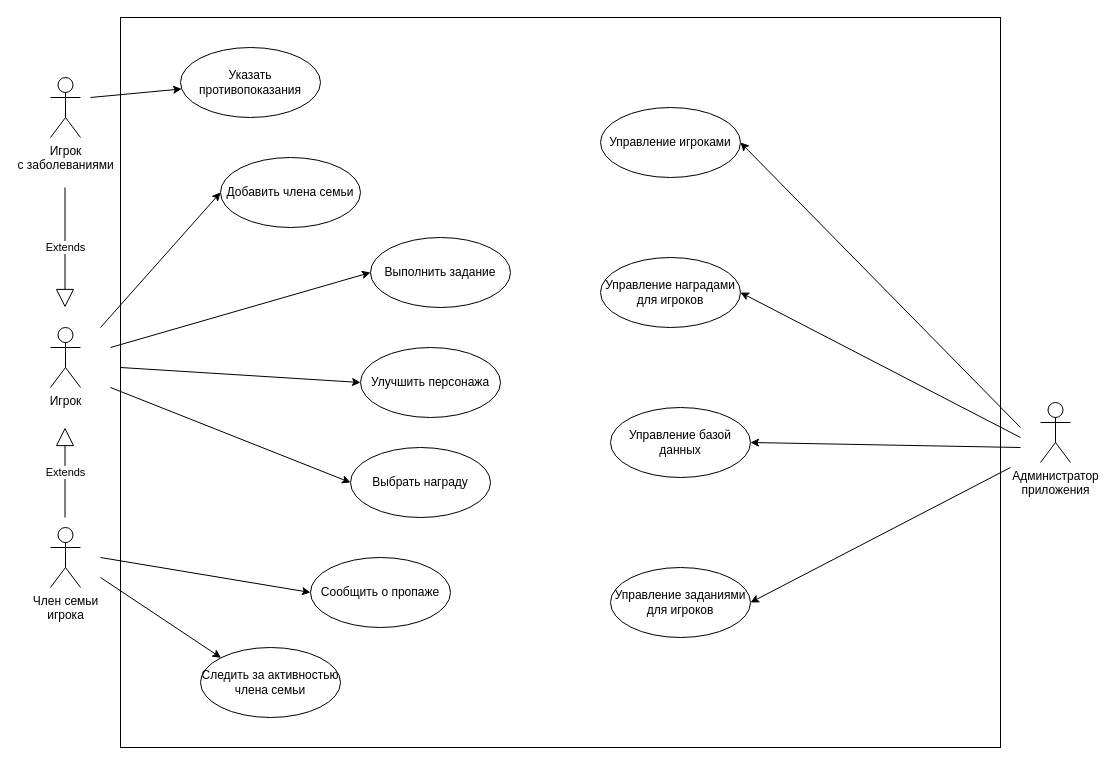
Above: graphs/Диаграмма прецендентов.drawio in RetteraDev/Diploma (draw.io), before the change. Source tidied: cells renumbered, new cells numbered last; positions are measured from the earlier drawing's top-left corner, leaving out a move shared by most shapes. Both pictures are drawn from the tidied source at 100%, with x=0, y=0 at pixel (50, 17).
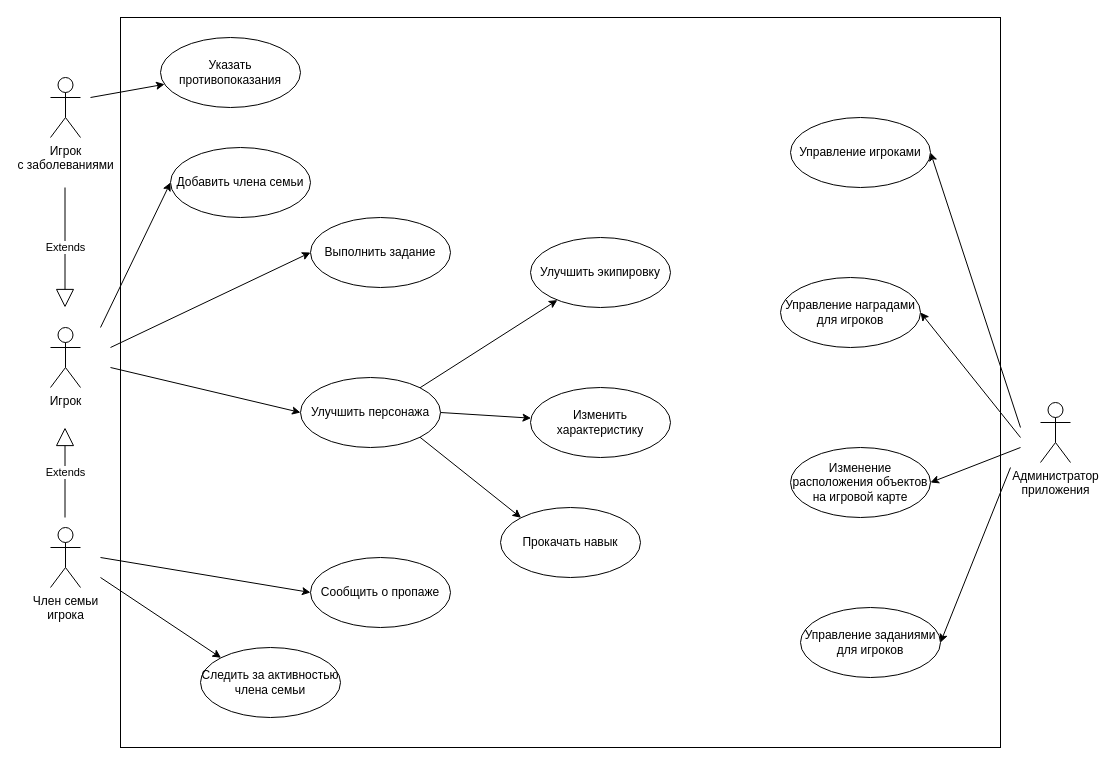
Above is the later version.

Commit message (it also covers changes not shown here):
fix: Доработать диаграмму прецендентов

The change refers to these unchanged cells:
```xml
<mxCell id="14" value="Следить за активностью члена семьи" style="ellipse;whiteSpace=wrap;html=1;" parent="1" vertex="1">
  <mxGeometry x="150" y="630" width="140" height="70" as="geometry" />
</mxCell>
<mxCell id="24" value="Сообщить о пропаже" style="ellipse;whiteSpace=wrap;html=1;" parent="1" vertex="1">
  <mxGeometry x="260" y="540" width="140" height="70" as="geometry" />
</mxCell>
```

The edit, as a diff of the source:
```diff
@@
-    <mxCell id="3" style="rounded=0;jettySize=auto;html=1;" parent="1" edge="1" target="13">
-      <mxGeometry relative="1" as="geometry">
-        <mxPoint x="40" y="80" as="sourcePoint" />
-      </mxGeometry>
-    </mxCell>
+    <mxCell id="31" style="rounded=0;jettySize=auto;html=1;" parent="1" edge="1" target="13">
+      <mxGeometry relative="1" as="geometry">
+        <mxPoint x="40" y="80" as="sourcePoint" />
+      </mxGeometry>
+    </mxCell>
@@
-    <mxCell id="5" style="rounded=0;jettySize=auto;html=1;entryX=0;entryY=0;entryDx=0;entryDy=0;" parent="1" edge="1" target="14">
-      <mxGeometry relative="1" as="geometry">
-        <mxPoint x="50" y="560" as="sourcePoint" />
-      </mxGeometry>
-    </mxCell>
-    <mxCell id="6" style="rounded=0;jettySize=auto;html=1;entryX=0;entryY=0.5;entryDx=0;entryDy=0;" parent="1" edge="1" target="24">
-      <mxGeometry relative="1" as="geometry">
-        <mxPoint x="50" y="540" as="sourcePoint" />
-      </mxGeometry>
-    </mxCell>
+    <mxCell id="32" style="rounded=0;jettySize=auto;html=1;entryX=0;entryY=0;entryDx=0;entryDy=0;" parent="1" edge="1" target="14">
+      <mxGeometry relative="1" as="geometry">
+        <mxPoint x="50" y="560" as="sourcePoint" />
+      </mxGeometry>
+    </mxCell>
+    <mxCell id="33" style="rounded=0;jettySize=auto;html=1;entryX=0;entryY=0.5;entryDx=0;entryDy=0;" parent="1" edge="1" target="24">
+      <mxGeometry relative="1" as="geometry">
+        <mxPoint x="50" y="540" as="sourcePoint" />
+      </mxGeometry>
+    </mxCell>
@@
-    <mxCell id="8" style="rounded=0;jettySize=auto;html=1;entryX=1;entryY=0.5;entryDx=0;entryDy=0;" parent="1" edge="1" target="15">
-      <mxGeometry relative="1" as="geometry">
-        <mxPoint x="970" y="430" as="sourcePoint" />
-      </mxGeometry>
-    </mxCell>
-    <mxCell id="9" style="rounded=0;jettySize=auto;html=1;entryX=1;entryY=0.5;entryDx=0;entryDy=0;" parent="1" edge="1" target="23">
-      <mxGeometry relative="1" as="geometry">
-        <mxPoint x="970" y="410" as="sourcePoint" />
-      </mxGeometry>
-    </mxCell>
+    <mxCell id="34" style="rounded=0;jettySize=auto;html=1;entryX=1;entryY=0.5;entryDx=0;entryDy=0;" parent="1" edge="1" target="36">
+      <mxGeometry relative="1" as="geometry">
+        <mxPoint x="970" y="430" as="sourcePoint" />
+      </mxGeometry>
+    </mxCell>
+    <mxCell id="35" style="rounded=0;jettySize=auto;html=1;entryX=1;entryY=0.5;entryDx=0;entryDy=0;" parent="1" edge="1" target="23">
+      <mxGeometry relative="1" as="geometry">
+        <mxPoint x="970" y="410" as="sourcePoint" />
+      </mxGeometry>
+    </mxCell>
@@
     <mxCell id="11" value="Выполнить задание" style="ellipse;whiteSpace=wrap;html=1;" parent="1" vertex="1">
-      <mxGeometry x="320" y="220" width="140" height="70" as="geometry" />
+      <mxGeometry x="260" y="200" width="140" height="70" as="geometry" />
     </mxCell>
-    <mxCell id="12" value="Выбрать награду" style="ellipse;whiteSpace=wrap;html=1;" parent="1" vertex="1">
-      <mxGeometry x="300" y="430" width="140" height="70" as="geometry" />
-    </mxCell>
     <mxCell id="13" value="Указать противопоказания" style="ellipse;whiteSpace=wrap;html=1;" parent="1" vertex="1">
-      <mxGeometry x="130" y="30" width="140" height="70" as="geometry" />
+      <mxGeometry x="110" y="20" width="140" height="70" as="geometry" />
     </mxCell>
@@
-    <mxCell id="15" value="Управление базой данных" style="ellipse;whiteSpace=wrap;html=1;" parent="1" vertex="1">
-      <mxGeometry x="560" y="390" width="140" height="70" as="geometry" />
-    </mxCell>
+    <mxCell id="36" value="Изменение расположения объектов на игровой карте" style="ellipse;whiteSpace=wrap;html=1;" parent="1" vertex="1">
+      <mxGeometry x="740" y="430" width="140" height="70" as="geometry" />
+    </mxCell>
+    <mxCell id="37" style="rounded=0;jettySize=auto;html=1;exitX=1;exitY=0;exitDx=0;exitDy=0;" parent="1" edge="1" source="16" target="47">
+      <mxGeometry relative="1" as="geometry" />
+    </mxCell>
+    <mxCell id="38" style="rounded=0;jettySize=auto;html=1;exitX=1;exitY=0.5;exitDx=0;exitDy=0;" parent="1" edge="1" source="16" target="48">
+      <mxGeometry relative="1" as="geometry" />
+    </mxCell>
+    <mxCell id="39" style="rounded=0;jettySize=auto;html=1;exitX=1;exitY=1;exitDx=0;exitDy=0;entryX=0;entryY=0;entryDx=0;entryDy=0;" parent="1" edge="1" source="16" target="49">
+      <mxGeometry relative="1" as="geometry" />
+    </mxCell>
     <mxCell id="16" value="Улучшить персонажа" style="ellipse;whiteSpace=wrap;html=1;" parent="1" vertex="1">
-      <mxGeometry x="310" y="330" width="140" height="70" as="geometry" />
+      <mxGeometry x="250" y="360" width="140" height="70" as="geometry" />
     </mxCell>
-    <mxCell id="17" style="rounded=0;jettySize=auto;html=1;entryX=0;entryY=0.5;entryDx=0;entryDy=0;" parent="1" edge="1" target="11">
-      <mxGeometry relative="1" as="geometry">
-        <mxPoint x="60" y="330" as="sourcePoint" />
-      </mxGeometry>
-    </mxCell>
-    <mxCell id="18" style="rounded=0;jettySize=auto;html=1;entryX=0;entryY=0.5;entryDx=0;entryDy=0;" parent="1" edge="1" target="16">
-      <mxGeometry relative="1" as="geometry">
-        <mxPoint x="70" y="350" as="sourcePoint" />
-      </mxGeometry>
-    </mxCell>
-    <mxCell id="19" style="rounded=0;jettySize=auto;html=1;entryX=0;entryY=0.5;entryDx=0;entryDy=0;" parent="1" edge="1" target="12">
-      <mxGeometry relative="1" as="geometry">
-        <mxPoint x="60" y="370" as="sourcePoint" />
-      </mxGeometry>
-    </mxCell>
-    <mxCell id="20" style="rounded=0;jettySize=auto;html=1;entryX=0;entryY=0.5;entryDx=0;entryDy=0;" parent="1" edge="1" target="25">
-      <mxGeometry relative="1" as="geometry">
-        <mxPoint x="50" y="310" as="sourcePoint" />
-      </mxGeometry>
-    </mxCell>
+    <mxCell id="40" style="rounded=0;jettySize=auto;html=1;entryX=0;entryY=0.5;entryDx=0;entryDy=0;" parent="1" edge="1" target="11">
+      <mxGeometry relative="1" as="geometry">
+        <mxPoint x="60" y="330" as="sourcePoint" />
+      </mxGeometry>
+    </mxCell>
+    <mxCell id="41" style="rounded=0;jettySize=auto;html=1;entryX=0;entryY=0.5;entryDx=0;entryDy=0;" parent="1" edge="1" target="16">
+      <mxGeometry relative="1" as="geometry">
+        <mxPoint x="60" y="350" as="sourcePoint" />
+      </mxGeometry>
+    </mxCell>
+    <mxCell id="42" style="rounded=0;jettySize=auto;html=1;entryX=0;entryY=0.5;entryDx=0;entryDy=0;" parent="1" edge="1" target="25">
+      <mxGeometry relative="1" as="geometry">
+        <mxPoint x="50" y="310" as="sourcePoint" />
+      </mxGeometry>
+    </mxCell>
@@
-    <mxCell id="22" value="Extends" style="endArrow=block;endSize=16;endFill=0;html=1;rounded=0;" parent="1" edge="1">
-      <mxGeometry relative="1" as="geometry">
-        <mxPoint x="14.5" y="170" as="sourcePoint" />
-        <mxPoint x="14.5" y="290" as="targetPoint" />
-      </mxGeometry>
-    </mxCell>
+    <mxCell id="43" value="Extends" style="endArrow=block;endSize=16;endFill=0;html=1;rounded=0;" parent="1" edge="1">
+      <mxGeometry relative="1" as="geometry">
+        <mxPoint x="14.5" y="170" as="sourcePoint" />
+        <mxPoint x="14.5" y="290" as="targetPoint" />
+      </mxGeometry>
+    </mxCell>
     <mxCell id="23" value="Управление игроками" style="ellipse;whiteSpace=wrap;html=1;" parent="1" vertex="1">
-      <mxGeometry x="550" y="90" width="140" height="70" as="geometry" />
+      <mxGeometry x="740" y="100" width="140" height="70" as="geometry" />
     </mxCell>
@@
     <mxCell id="25" value="Добавить члена семьи" style="ellipse;whiteSpace=wrap;html=1;" parent="1" vertex="1">
-      <mxGeometry x="170" y="140" width="140" height="70" as="geometry" />
+      <mxGeometry x="120" y="130" width="140" height="70" as="geometry" />
     </mxCell>
-    <mxCell id="26" value="Extends" style="endArrow=block;endSize=16;endFill=0;html=1;rounded=0;" parent="1" edge="1">
-      <mxGeometry relative="1" as="geometry">
-        <mxPoint x="14.5" y="500" as="sourcePoint" />
-        <mxPoint x="14.5" y="410" as="targetPoint" />
-      </mxGeometry>
-    </mxCell>
+    <mxCell id="44" value="Extends" style="endArrow=block;endSize=16;endFill=0;html=1;rounded=0;" parent="1" edge="1">
+      <mxGeometry relative="1" as="geometry">
+        <mxPoint x="14.5" y="500" as="sourcePoint" />
+        <mxPoint x="14.5" y="410" as="targetPoint" />
+      </mxGeometry>
+    </mxCell>
     <mxCell id="27" value="Управление наградами для игроков" style="ellipse;whiteSpace=wrap;html=1;" parent="1" vertex="1">
-      <mxGeometry x="550" y="240" width="140" height="70" as="geometry" />
+      <mxGeometry x="730" y="260" width="140" height="70" as="geometry" />
     </mxCell>
-    <mxCell id="28" style="rounded=0;jettySize=auto;html=1;entryX=1;entryY=0.5;entryDx=0;entryDy=0;" parent="1" edge="1" target="27">
-      <mxGeometry relative="1" as="geometry">
-        <mxPoint x="970" y="420" as="sourcePoint" />
-      </mxGeometry>
-    </mxCell>
+    <mxCell id="45" style="rounded=0;jettySize=auto;html=1;entryX=1;entryY=0.5;entryDx=0;entryDy=0;" parent="1" edge="1" target="27">
+      <mxGeometry relative="1" as="geometry">
+        <mxPoint x="970" y="420" as="sourcePoint" />
+      </mxGeometry>
+    </mxCell>
     <mxCell id="29" value="Управление заданиями для игроков" style="ellipse;whiteSpace=wrap;html=1;" parent="1" vertex="1">
-      <mxGeometry x="560" y="550" width="140" height="70" as="geometry" />
+      <mxGeometry x="750" y="590" width="140" height="70" as="geometry" />
     </mxCell>
-    <mxCell id="30" style="rounded=0;jettySize=auto;html=1;entryX=1;entryY=0.5;entryDx=0;entryDy=0;" parent="1" edge="1" target="29">
-      <mxGeometry relative="1" as="geometry">
-        <mxPoint x="960" y="450" as="sourcePoint" />
-      </mxGeometry>
-    </mxCell>
+    <mxCell id="46" style="rounded=0;jettySize=auto;html=1;entryX=1;entryY=0.5;entryDx=0;entryDy=0;" parent="1" edge="1" target="29">
+      <mxGeometry relative="1" as="geometry">
+        <mxPoint x="960" y="450" as="sourcePoint" />
+      </mxGeometry>
+    </mxCell>
+    <mxCell id="47" value="Улучшить экипировку" style="ellipse;whiteSpace=wrap;html=1;" parent="1" vertex="1">
+      <mxGeometry x="480" y="220" width="140" height="70" as="geometry" />
+    </mxCell>
+    <mxCell id="48" value="Изменить характеристику" style="ellipse;whiteSpace=wrap;html=1;" parent="1" vertex="1">
+      <mxGeometry x="480" y="370" width="140" height="70" as="geometry" />
+    </mxCell>
+    <mxCell id="49" value="Прокачать навык" style="ellipse;whiteSpace=wrap;html=1;" parent="1" vertex="1">
+      <mxGeometry x="450" y="490" width="140" height="70" as="geometry" />
+    </mxCell>
```
